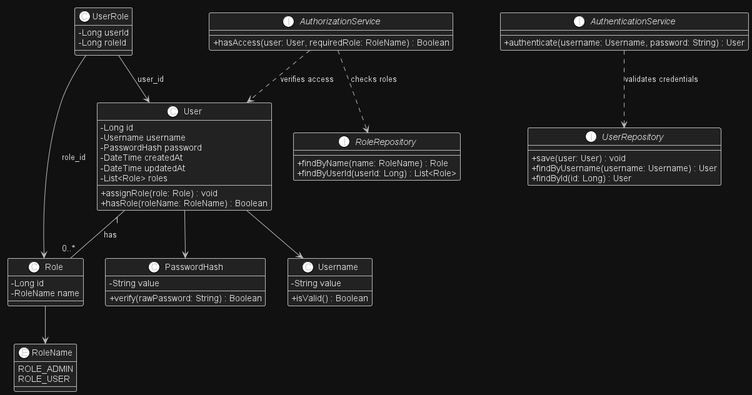
PeaceApp-Emergentes/project-report keeps this PlantUML diagram as assets/class-domain-iam.png. Above is the earlier version.
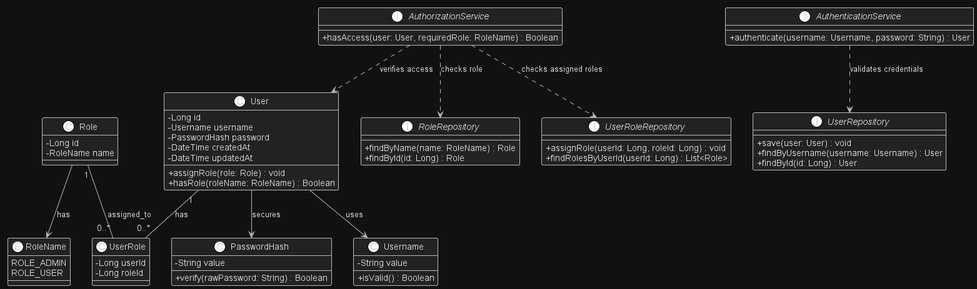
Above is the later version.

Diff of the diagram source:
```diff
@@ -32,7 +32,6 @@
   -PasswordHash password
   -DateTime createdAt
   -DateTime updatedAt
-  -List<Role> roles
   +assignRole(role: Role) : void
   +hasRole(roleName: RoleName) : Boolean
 }
@@ -70,7 +69,12 @@
 
 interface RoleRepository {
   +findByName(name: RoleName) : Role
-  +findByUserId(userId: Long) : List<Role>
+  +findById(id: Long) : Role
+}
+
+interface UserRoleRepository {
+  +assignRole(userId: Long, roleId: Long) : void
+  +findRolesByUserId(userId: Long) : List<Role>
 }
 
 interface AuthenticationService {
@@ -81,16 +85,16 @@
   +hasAccess(user: User, requiredRole: RoleName) : Boolean
 }
 
-User "1" -- "0..*" Role : has
-UserRole --> User : user_id
-UserRole --> Role : role_id
+User "1" -- "0..*" UserRole : has
+Role "1" -- "0..*" UserRole : assigned_to
 
-User --> Username
-User --> PasswordHash
-Role --> RoleName
+User --> Username : uses
+User --> PasswordHash : secures
+Role --> RoleName : has
 
 AuthenticationService ..> UserRepository : validates credentials
-AuthorizationService ..> RoleRepository : checks roles
+AuthorizationService ..> UserRoleRepository : checks assigned roles
+AuthorizationService ..> RoleRepository : checks role
 AuthorizationService ..> User : verifies access
 
 @enduml
```
